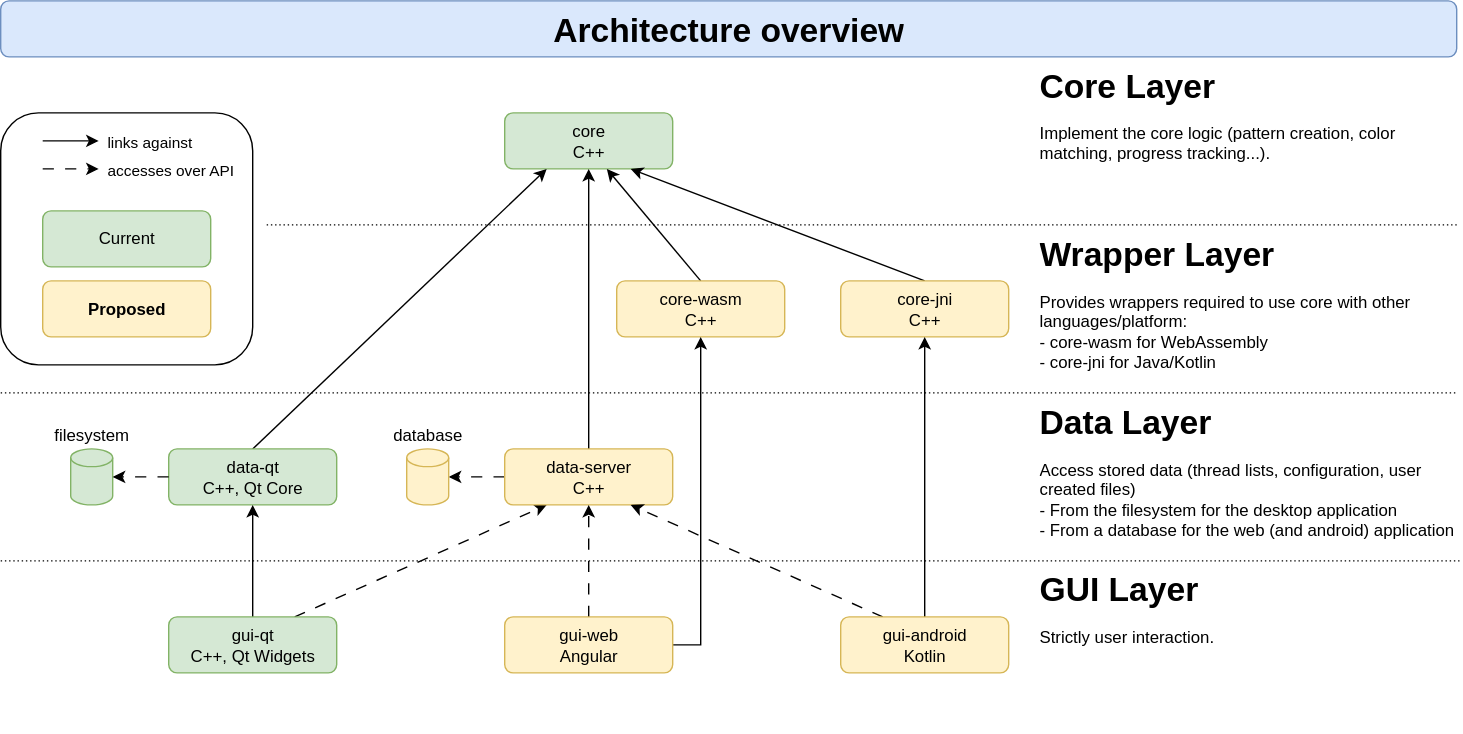
Before: doc/architecture-overview.svg, a diagram exported from draw.io (polletfa/Kreuzstich). Source tidied: cells renumbered, new cells last; positions are measured from the earlier drawing's top-left corner, leaving out a move shared by most shapes.
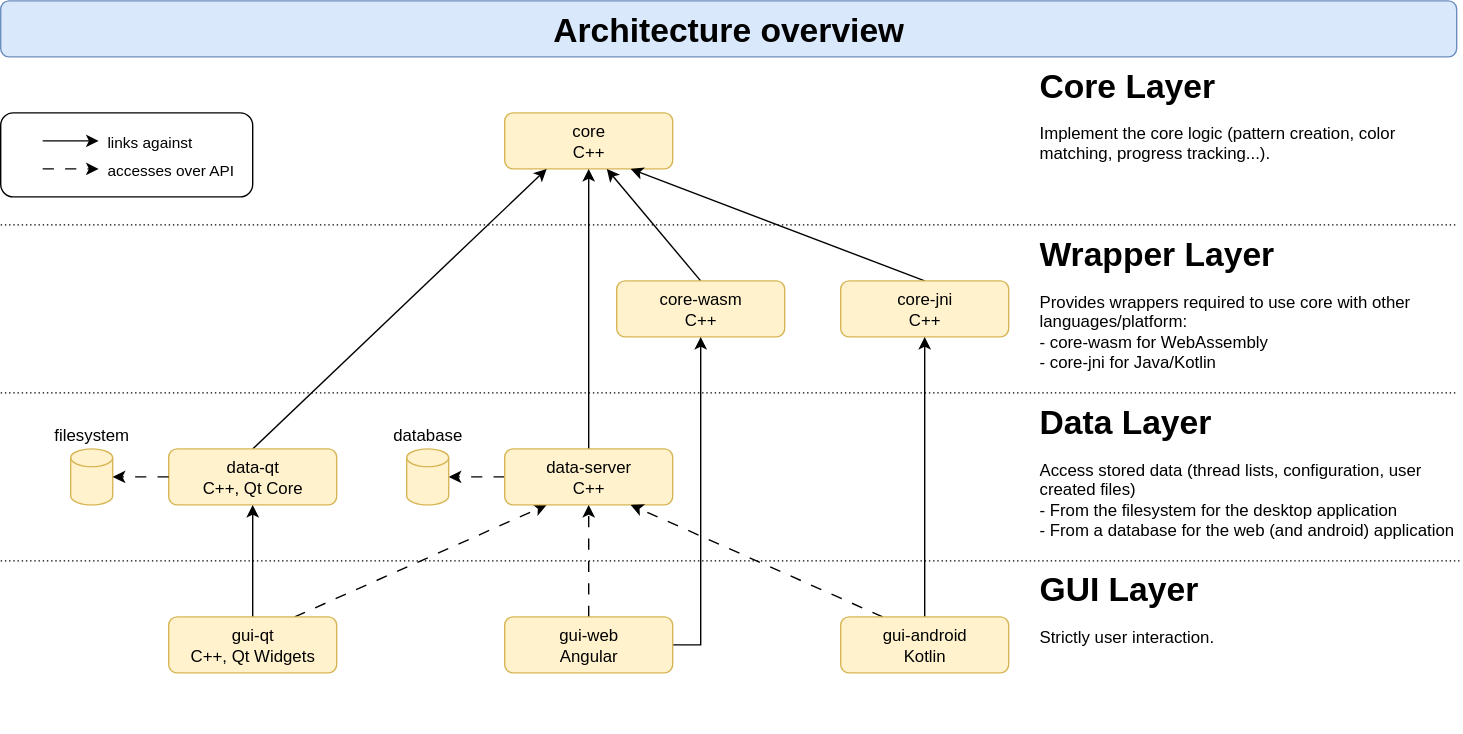
The same diagram one commit later.

What changed in the source:
```diff
@@ -3,15 +3,15 @@
     <mxCell id="0" />
     <mxCell id="1" parent="0" />
     <mxCell id="2" style="rounded=1;whiteSpace=wrap;html=1;fillColor=default;" parent="1" vertex="1">
-      <mxGeometry y="80" width="180" height="180" as="geometry" />
+      <mxGeometry y="80" width="180" height="60" as="geometry" />
     </mxCell>
-    <mxCell id="3" value="core&lt;div&gt;C++&lt;/div&gt;" style="rounded=1;whiteSpace=wrap;html=1;fillColor=#d5e8d4;strokeColor=#82b366;" parent="1" vertex="1">
+    <mxCell id="3" value="core&lt;div&gt;C++&lt;/div&gt;" style="rounded=1;whiteSpace=wrap;html=1;fillColor=#fff2cc;strokeColor=#d6b656;" parent="1" vertex="1">
       <mxGeometry x="360" y="80" width="120" height="40" as="geometry" />
     </mxCell>
     <mxCell id="4" style="edgeStyle=none;rounded=0;jettySize=auto;html=1;exitX=0.5;exitY=0;exitDx=0;exitDy=0;entryX=0.25;entryY=1;entryDx=0;entryDy=0;" parent="1" edge="1" source="5" target="3">
       <mxGeometry relative="1" as="geometry" />
     </mxCell>
-    <mxCell id="5" value="data-qt&lt;div&gt;C++, Qt Core&lt;/div&gt;" style="rounded=1;whiteSpace=wrap;html=1;fillColor=#d5e8d4;strokeColor=#82b366;" parent="1" vertex="1">
+    <mxCell id="5" value="data-qt&lt;div&gt;C++, Qt Core&lt;/div&gt;" style="rounded=1;whiteSpace=wrap;html=1;fillColor=#fff2cc;strokeColor=#d6b656;" parent="1" vertex="1">
       <mxGeometry x="120" y="320" width="120" height="40" as="geometry" />
     </mxCell>
     <mxCell id="6" style="edgeStyle=none;rounded=0;jettySize=auto;html=1;exitX=0.5;exitY=0;exitDx=0;exitDy=0;entryX=0.5;entryY=1;entryDx=0;entryDy=0;" parent="1" edge="1" source="8" target="5">
@@ -20,7 +20,7 @@
     <mxCell id="7" style="edgeStyle=none;rounded=0;jettySize=auto;html=1;exitX=0.75;exitY=0;exitDx=0;exitDy=0;entryX=0.25;entryY=1;entryDx=0;entryDy=0;dashed=1;dashPattern=8 8;" parent="1" edge="1" source="8" target="13">
       <mxGeometry relative="1" as="geometry" />
     </mxCell>
-    <mxCell id="8" value="gui-qt&lt;div&gt;C++, Qt Widgets&lt;/div&gt;" style="rounded=1;whiteSpace=wrap;html=1;fillColor=#d5e8d4;strokeColor=#82b366;" parent="1" vertex="1">
+    <mxCell id="8" value="gui-qt&lt;div&gt;C++, Qt Widgets&lt;/div&gt;" style="rounded=1;whiteSpace=wrap;html=1;fillColor=#fff2cc;strokeColor=#d6b656;" parent="1" vertex="1">
       <mxGeometry x="120" y="440" width="120" height="40" as="geometry" />
     </mxCell>
     <mxCell id="9" style="rounded=0;jettySize=auto;html=1;exitX=0.5;exitY=0;exitDx=0;exitDy=0;entryX=0.608;entryY=1;entryDx=0;entryDy=0;entryPerimeter=0;" parent="1" edge="1" source="10" target="3">
@@ -66,7 +66,7 @@
     <mxCell id="21" value="gui-android&lt;div&gt;Kotlin&lt;/div&gt;" style="rounded=1;whiteSpace=wrap;html=1;fillColor=#fff2cc;strokeColor=#d6b656;" parent="1" vertex="1">
       <mxGeometry x="600" y="440" width="120" height="40" as="geometry" />
     </mxCell>
-    <mxCell id="22" value="&lt;div&gt;&lt;span style=&quot;background-color: transparent; color: light-dark(rgb(0, 0, 0), rgb(255, 255, 255));&quot;&gt;filesystem&lt;/span&gt;&lt;/div&gt;&lt;div&gt;&lt;span style=&quot;background-color: transparent; color: light-dark(rgb(0, 0, 0), rgb(255, 255, 255));&quot;&gt;&lt;br&gt;&lt;/span&gt;&lt;/div&gt;&lt;div&gt;&lt;span style=&quot;background-color: transparent; color: light-dark(rgb(0, 0, 0), rgb(255, 255, 255));&quot;&gt;&lt;br&gt;&lt;/span&gt;&lt;/div&gt;&lt;div&gt;&lt;span style=&quot;background-color: transparent; color: light-dark(rgb(0, 0, 0), rgb(255, 255, 255));&quot;&gt;&lt;br&gt;&lt;/span&gt;&lt;/div&gt;&lt;div&gt;&lt;span style=&quot;background-color: transparent; color: light-dark(rgb(0, 0, 0), rgb(255, 255, 255));&quot;&gt;&lt;br&gt;&lt;/span&gt;&lt;/div&gt;&lt;div&gt;&lt;span style=&quot;background-color: transparent; color: light-dark(rgb(0, 0, 0), rgb(255, 255, 255));&quot;&gt;&lt;br&gt;&lt;/span&gt;&lt;/div&gt;" style="shape=cylinder3;whiteSpace=wrap;html=1;boundedLbl=1;backgroundOutline=1;size=6.333333333333343;fillColor=#d5e8d4;strokeColor=#82b366;" parent="1" vertex="1">
+    <mxCell id="22" value="&lt;div&gt;&lt;span style=&quot;background-color: transparent; color: light-dark(rgb(0, 0, 0), rgb(255, 255, 255));&quot;&gt;filesystem&lt;/span&gt;&lt;/div&gt;&lt;div&gt;&lt;span style=&quot;background-color: transparent; color: light-dark(rgb(0, 0, 0), rgb(255, 255, 255));&quot;&gt;&lt;br&gt;&lt;/span&gt;&lt;/div&gt;&lt;div&gt;&lt;span style=&quot;background-color: transparent; color: light-dark(rgb(0, 0, 0), rgb(255, 255, 255));&quot;&gt;&lt;br&gt;&lt;/span&gt;&lt;/div&gt;&lt;div&gt;&lt;span style=&quot;background-color: transparent; color: light-dark(rgb(0, 0, 0), rgb(255, 255, 255));&quot;&gt;&lt;br&gt;&lt;/span&gt;&lt;/div&gt;&lt;div&gt;&lt;span style=&quot;background-color: transparent; color: light-dark(rgb(0, 0, 0), rgb(255, 255, 255));&quot;&gt;&lt;br&gt;&lt;/span&gt;&lt;/div&gt;&lt;div&gt;&lt;span style=&quot;background-color: transparent; color: light-dark(rgb(0, 0, 0), rgb(255, 255, 255));&quot;&gt;&lt;br&gt;&lt;/span&gt;&lt;/div&gt;" style="shape=cylinder3;whiteSpace=wrap;html=1;boundedLbl=1;backgroundOutline=1;size=6.333333333333343;fillColor=#fff2cc;strokeColor=#d6b656;" parent="1" vertex="1">
       <mxGeometry x="50" y="320" width="30" height="40" as="geometry" />
     </mxCell>
     <mxCell id="23" value="&lt;div&gt;&lt;span style=&quot;background-color: transparent; color: light-dark(rgb(0, 0, 0), rgb(255, 255, 255));&quot;&gt;database&lt;/span&gt;&lt;/div&gt;&lt;div&gt;&lt;span style=&quot;background-color: transparent; color: light-dark(rgb(0, 0, 0), rgb(255, 255, 255));&quot;&gt;&lt;br&gt;&lt;/span&gt;&lt;/div&gt;&lt;div&gt;&lt;span style=&quot;background-color: transparent; color: light-dark(rgb(0, 0, 0), rgb(255, 255, 255));&quot;&gt;&lt;br&gt;&lt;/span&gt;&lt;/div&gt;&lt;div&gt;&lt;span style=&quot;background-color: transparent; color: light-dark(rgb(0, 0, 0), rgb(255, 255, 255));&quot;&gt;&lt;br&gt;&lt;/span&gt;&lt;/div&gt;&lt;div&gt;&lt;span style=&quot;background-color: transparent; color: light-dark(rgb(0, 0, 0), rgb(255, 255, 255));&quot;&gt;&lt;br&gt;&lt;/span&gt;&lt;/div&gt;&lt;div&gt;&lt;span style=&quot;background-color: transparent; color: light-dark(rgb(0, 0, 0), rgb(255, 255, 255));&quot;&gt;&lt;br&gt;&lt;/span&gt;&lt;/div&gt;" style="shape=cylinder3;whiteSpace=wrap;html=1;boundedLbl=1;backgroundOutline=1;size=6.333333333333343;fillColor=#fff2cc;strokeColor=#d6b656;" parent="1" vertex="1">
@@ -99,7 +99,7 @@
     </mxCell>
     <mxCell id="29" style="endArrow=none;html=1;rounded=0;dashed=1;dashPattern=1 2;" parent="1" edge="1">
       <mxGeometry relative="1" as="geometry">
-        <mxPoint x="190" y="160" as="sourcePoint" />
+        <mxPoint y="160" as="sourcePoint" />
         <mxPoint x="1040" y="160" as="targetPoint" />
       </mxGeometry>
     </mxCell>
@@ -127,14 +127,11 @@
     <mxCell id="35" value="&lt;h1 style=&quot;margin-top: 0px; margin-bottom: 0px;&quot;&gt;&lt;font&gt;GUI Layer&lt;/font&gt;&lt;/h1&gt;&lt;p&gt;Strictly user interaction.&lt;/p&gt;" style="text;html=1;whiteSpace=wrap;overflow=hidden;rounded=0;" parent="1" vertex="1">
       <mxGeometry x="740" y="400" width="300" height="120" as="geometry" />
     </mxCell>
-    <mxCell id="36" value="Current" style="rounded=1;whiteSpace=wrap;html=1;fillColor=#d5e8d4;strokeColor=#82b366;" parent="1" vertex="1">
-      <mxGeometry x="30" y="150" width="120" height="40" as="geometry" />
-    </mxCell>
-    <mxCell id="37" value="&lt;b&gt;Proposed&lt;/b&gt;" style="rounded=1;whiteSpace=wrap;html=1;fillColor=#fff2cc;strokeColor=#d6b656;" parent="1" vertex="1">
-      <mxGeometry x="30" y="200" width="120" height="40" as="geometry" />
-    </mxCell>
     <mxCell id="38" value="&lt;h1 style=&quot;margin-top: 0px;&quot;&gt;Architecture overview&lt;/h1&gt;" style="text;html=1;whiteSpace=wrap;overflow=hidden;rounded=1;strokeColor=#6c8ebf;align=center;fillColor=#dae8fc;" parent="1" vertex="1">
       <mxGeometry width="1040" height="40" as="geometry" />
     </mxCell>
+    <mxCell id="39" style="edgeStyle=orthogonalEdgeStyle;rounded=0;orthogonalLoop=1;jettySize=auto;html=1;exitX=0.5;exitY=1;exitDx=0;exitDy=0;" parent="1" edge="1" source="2" target="2">
+      <mxGeometry relative="1" as="geometry" />
+    </mxCell>
   </root>
 </mxGraphModel>
```
